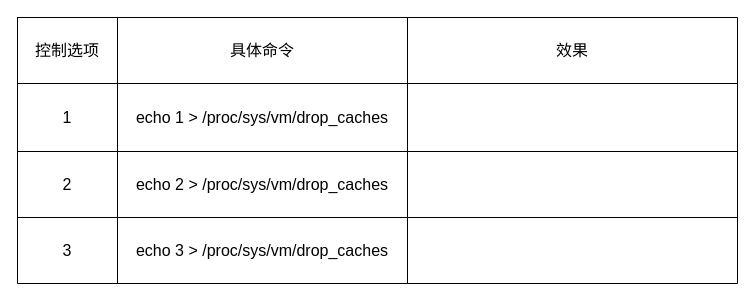
The draw.io diagram dropcache.drawio in Netech-DevNote/itquestions_pictures, before the edit. Source tidied: cells renumbered, new cells numbered last; positions are measured from the earlier drawing's top-left corner, leaving out a move shared by most shapes. Both pictures are drawn from the tidied source at 100%, with x=0, y=0 at pixel (17, 17).
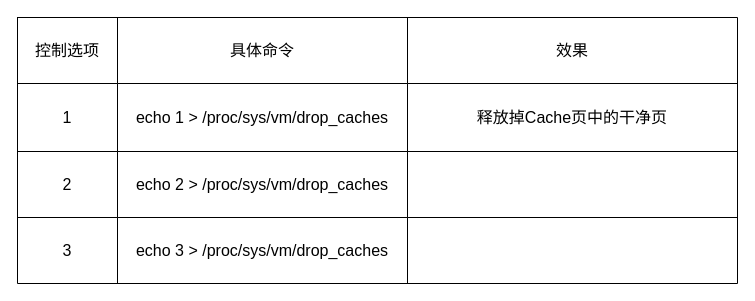
The same page after the edit.

What changed in the source:
```diff
@@
 <mxGraphModel>
   <root>
     <mxCell id="0" />
     <mxCell id="1" parent="0" />
     <mxCell id="2" style="shape=table;startSize=0;childLayout=tableLayout;fontSize=16;" parent="1" vertex="1">
       <mxGeometry width="720" height="266" as="geometry" />
     </mxCell>
     <mxCell id="3" style="shape=tableRow;horizontal=0;startSize=0;swimlaneHead=0;swimlaneBody=0;strokeColor=inherit;top=0;left=0;bottom=0;right=0;fillColor=none;fontSize=16;" parent="2" vertex="1">
       <mxGeometry width="720" height="66" as="geometry" />
     </mxCell>
     <mxCell id="4" value="控制选项" style="shape=partialRectangle;html=1;whiteSpace=wrap;strokeColor=inherit;overflow=hidden;fillColor=none;top=0;left=0;bottom=0;right=0;fontSize=16;" parent="3" vertex="1">
       <mxGeometry width="100" height="66" as="geometry" />
     </mxCell>
     <mxCell id="5" value="具体命令" style="shape=partialRectangle;html=1;whiteSpace=wrap;strokeColor=inherit;overflow=hidden;fillColor=none;top=0;left=0;bottom=0;right=0;fontSize=16;" parent="3" vertex="1">
       <mxGeometry x="100" width="290" height="66" as="geometry" />
     </mxCell>
     <mxCell id="6" value="效果" style="shape=partialRectangle;html=1;whiteSpace=wrap;strokeColor=inherit;overflow=hidden;fillColor=none;top=0;left=0;bottom=0;right=0;fontSize=16;" parent="3" vertex="1">
       <mxGeometry x="390" width="330" height="66" as="geometry" />
     </mxCell>
     <mxCell id="7" style="shape=tableRow;horizontal=0;startSize=0;swimlaneHead=0;swimlaneBody=0;strokeColor=inherit;top=0;left=0;bottom=0;right=0;fillColor=none;fontSize=16;" parent="2" vertex="1">
       <mxGeometry y="66" width="720" height="68" as="geometry" />
     </mxCell>
     <mxCell id="8" value="1" style="shape=partialRectangle;html=1;whiteSpace=wrap;strokeColor=inherit;overflow=hidden;fillColor=none;top=0;left=0;bottom=0;right=0;fontSize=16;" parent="7" vertex="1">
       <mxGeometry width="100" height="68" as="geometry" />
     </mxCell>
     <mxCell id="9" value="echo 1 &amp;gt; /proc/sys/vm/drop_caches" style="shape=partialRectangle;html=1;whiteSpace=wrap;strokeColor=inherit;overflow=hidden;fillColor=none;top=0;left=0;bottom=0;right=0;fontSize=16;" parent="7" vertex="1">
       <mxGeometry x="100" width="290" height="68" as="geometry" />
     </mxCell>
-    <mxCell id="10" style="shape=partialRectangle;html=1;whiteSpace=wrap;strokeColor=inherit;overflow=hidden;fillColor=none;top=0;left=0;bottom=0;right=0;fontSize=16;" parent="7" vertex="1">
+    <mxCell id="10" value="释放掉Cache页中的干净页" style="shape=partialRectangle;html=1;whiteSpace=wrap;strokeColor=inherit;overflow=hidden;fillColor=none;top=0;left=0;bottom=0;right=0;fontSize=16;" parent="7" vertex="1">
       <mxGeometry x="390" width="330" height="68" as="geometry" />
     </mxCell>
     <mxCell id="11" style="shape=tableRow;horizontal=0;startSize=0;swimlaneHead=0;swimlaneBody=0;strokeColor=inherit;top=0;left=0;bottom=0;right=0;fillColor=none;fontSize=16;swimlaneFillColor=default;" parent="2" vertex="1">
       <mxGeometry y="134" width="720" height="66" as="geometry" />
     </mxCell>
     <mxCell id="12" value="2" style="shape=partialRectangle;html=1;whiteSpace=wrap;strokeColor=inherit;overflow=hidden;fillColor=none;top=0;left=0;bottom=0;right=0;fontSize=16;" parent="11" vertex="1">
       <mxGeometry width="100" height="66" as="geometry" />
     </mxCell>
     <mxCell id="13" value="echo 2 &amp;gt; /proc/sys/vm/drop_caches" style="shape=partialRectangle;html=1;whiteSpace=wrap;strokeColor=inherit;overflow=hidden;fillColor=none;top=0;left=0;bottom=0;right=0;fontSize=16;" parent="11" vertex="1">
       <mxGeometry x="100" width="290" height="66" as="geometry" />
     </mxCell>
     <mxCell id="14" style="shape=partialRectangle;html=1;whiteSpace=wrap;strokeColor=inherit;overflow=hidden;fillColor=none;top=0;left=0;bottom=0;right=0;fontSize=16;" parent="11" vertex="1">
       <mxGeometry x="390" width="330" height="66" as="geometry" />
     </mxCell>
     <mxCell id="15" style="shape=tableRow;horizontal=0;startSize=0;swimlaneHead=0;swimlaneBody=0;strokeColor=inherit;top=0;left=0;bottom=0;right=0;fillColor=none;fontSize=16;swimlaneFillColor=default;" parent="2" vertex="1">
       <mxGeometry y="200" width="720" height="66" as="geometry" />
     </mxCell>
     <mxCell id="16" value="3" style="shape=partialRectangle;html=1;whiteSpace=wrap;strokeColor=inherit;overflow=hidden;fillColor=none;top=0;left=0;bottom=0;right=0;fontSize=16;" parent="15" vertex="1">
       <mxGeometry width="100" height="66" as="geometry" />
     </mxCell>
     <mxCell id="17" value="echo 3 &amp;gt; /proc/sys/vm/drop_caches" style="shape=partialRectangle;html=1;whiteSpace=wrap;strokeColor=inherit;overflow=hidden;fillColor=none;top=0;left=0;bottom=0;right=0;fontSize=16;" parent="15" vertex="1">
       <mxGeometry x="100" width="290" height="66" as="geometry" />
     </mxCell>
     <mxCell id="18" style="shape=partialRectangle;html=1;whiteSpace=wrap;strokeColor=inherit;overflow=hidden;fillColor=none;top=0;left=0;bottom=0;right=0;fontSize=16;" parent="15" vertex="1">
       <mxGeometry x="390" width="330" height="66" as="geometry" />
     </mxCell>
   </root>
 </mxGraphModel>
```
